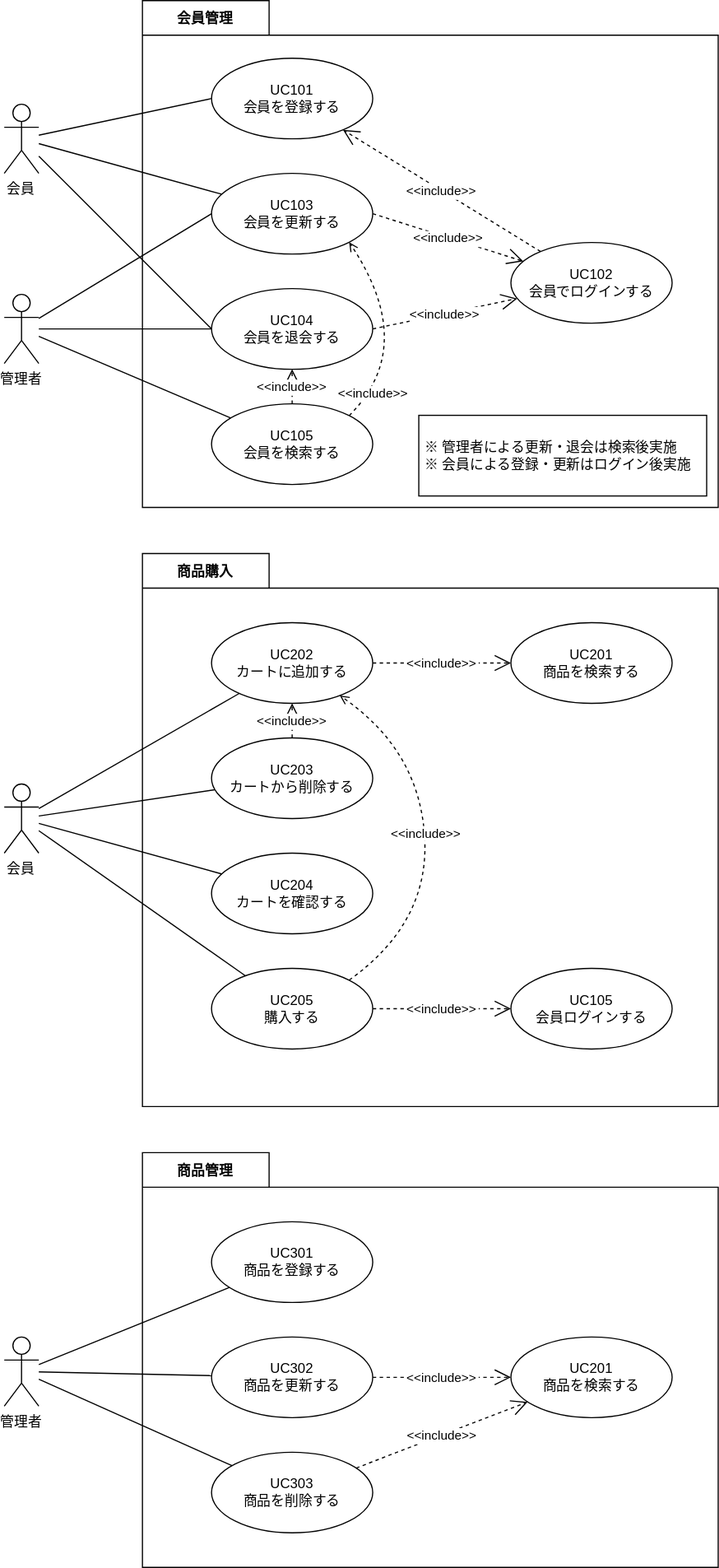
This is documents/10_要件定義/image/usecase.drawio.svg from la-java-silicon-2021/shopping-doc, a draw.io export, as it was before one commit. Source tidied: cells renumbered, new cells last; positions are measured from the earlier drawing's top-left corner, leaving out a move shared by most shapes. Its diagram source:
```xml
<mxGraphModel>
  <root>
    <mxCell id="0" />
    <mxCell id="1" parent="0" />
    <mxCell id="2" value="会員管理" style="shape=folder;fontStyle=1;tabWidth=110;tabHeight=30;tabPosition=left;boundedLbl=1;labelInHeader=1;" parent="1" vertex="1">
      <mxGeometry x="120" width="500" height="440" as="geometry" />
    </mxCell>
    <mxCell id="3" value="会員" style="shape=umlActor;verticalLabelPosition=bottom;verticalAlign=top;" parent="1" vertex="1">
      <mxGeometry y="90" width="30" height="60" as="geometry" />
    </mxCell>
    <mxCell id="4" value="UC101&#10;会員を登録する" style="ellipse;whiteSpace=wrap;" parent="1" vertex="1">
      <mxGeometry x="180" y="50" width="140" height="70" as="geometry" />
    </mxCell>
    <mxCell id="5" value="UC103&#10;会員を更新する" style="ellipse;whiteSpace=wrap;" parent="1" vertex="1">
      <mxGeometry x="180" y="150" width="140" height="70" as="geometry" />
    </mxCell>
    <mxCell id="6" value="UC104&#10;会員を退会する" style="ellipse;whiteSpace=wrap;" parent="1" vertex="1">
      <mxGeometry x="180" y="250" width="140" height="70" as="geometry" />
    </mxCell>
    <mxCell id="7" value="UC105&#10;会員を検索する" style="ellipse;whiteSpace=wrap;" parent="1" vertex="1">
      <mxGeometry x="180" y="350" width="140" height="70" as="geometry" />
    </mxCell>
    <mxCell id="8" value="UC102&#10;会員でログインする" style="ellipse;whiteSpace=wrap;" parent="1" vertex="1">
      <mxGeometry x="440" y="210" width="140" height="70" as="geometry" />
    </mxCell>
    <mxCell id="9" value="管理者" style="shape=umlActor;verticalLabelPosition=bottom;verticalAlign=top;" parent="1" vertex="1">
      <mxGeometry y="255" width="30" height="60" as="geometry" />
    </mxCell>
    <mxCell id="10" value="&lt;&lt;include&gt;&gt;" style="endArrow=open;endSize=12;dashed=1;exitX=1;exitY=0.5;exitDx=0;exitDy=0;" parent="1" edge="1" source="6" target="8">
      <mxGeometry relative="1" as="geometry" />
    </mxCell>
    <mxCell id="11" value="&lt;&lt;include&gt;&gt;" style="endArrow=open;endSize=12;dashed=1;exitX=1;exitY=0.5;exitDx=0;exitDy=0;" parent="1" edge="1" source="5" target="8">
      <mxGeometry relative="1" as="geometry" />
    </mxCell>
    <mxCell id="12" style="endArrow=none;entryX=0;entryY=0.5;entryDx=0;entryDy=0;" parent="1" edge="1" source="3" target="4">
      <mxGeometry relative="1" as="geometry" />
    </mxCell>
    <mxCell id="13" style="endArrow=none;" parent="1" edge="1" source="3" target="5">
      <mxGeometry relative="1" as="geometry" />
    </mxCell>
    <mxCell id="14" style="endArrow=none;entryX=0;entryY=0.5;entryDx=0;entryDy=0;" parent="1" edge="1" source="3" target="6">
      <mxGeometry relative="1" as="geometry" />
    </mxCell>
    <mxCell id="15" style="endArrow=none;entryX=0;entryY=0.5;entryDx=0;entryDy=0;" parent="1" edge="1" source="9" target="5">
      <mxGeometry relative="1" as="geometry" />
    </mxCell>
    <mxCell id="16" style="endArrow=none;" parent="1" edge="1" source="9" target="6">
      <mxGeometry relative="1" as="geometry" />
    </mxCell>
    <mxCell id="17" style="endArrow=none;" parent="1" edge="1" source="9" target="7">
      <mxGeometry relative="1" as="geometry" />
    </mxCell>
    <mxCell id="18" value="商品購入" style="shape=folder;fontStyle=1;tabWidth=110;tabHeight=30;tabPosition=left;boundedLbl=1;labelInHeader=1;" parent="1" vertex="1">
      <mxGeometry x="120" y="480" width="500" height="480" as="geometry" />
    </mxCell>
    <mxCell id="19" value="UC201&#10;商品を検索する" style="ellipse;whiteSpace=wrap;" parent="1" vertex="1">
      <mxGeometry x="440" y="540" width="140" height="70" as="geometry" />
    </mxCell>
    <mxCell id="20" value="UC202&#10;カートに追加する" style="ellipse;whiteSpace=wrap;" parent="1" vertex="1">
      <mxGeometry x="180" y="540" width="140" height="70" as="geometry" />
    </mxCell>
    <mxCell id="21" value="UC205&#10;購入する" style="ellipse;whiteSpace=wrap;" parent="1" vertex="1">
      <mxGeometry x="180" y="840" width="140" height="70" as="geometry" />
    </mxCell>
    <mxCell id="22" value="UC203&#10;カートから削除する" style="ellipse;whiteSpace=wrap;" parent="1" vertex="1">
      <mxGeometry x="180" y="640" width="140" height="70" as="geometry" />
    </mxCell>
    <mxCell id="23" value="&lt;&lt;include&gt;&gt;" style="endArrow=open;endSize=12;dashed=1;" parent="1" edge="1" source="21" target="28">
      <mxGeometry relative="1" as="geometry" />
    </mxCell>
    <mxCell id="24" value="会員" style="shape=umlActor;verticalLabelPosition=bottom;verticalAlign=top;" parent="1" vertex="1">
      <mxGeometry y="680" width="30" height="60" as="geometry" />
    </mxCell>
    <mxCell id="25" style="endArrow=none;" parent="1" edge="1" source="24" target="20">
      <mxGeometry relative="1" as="geometry" />
    </mxCell>
    <mxCell id="26" style="endArrow=none;" parent="1" edge="1" source="24" target="22">
      <mxGeometry relative="1" as="geometry" />
    </mxCell>
    <mxCell id="27" style="endArrow=none;" parent="1" edge="1" source="24" target="21">
      <mxGeometry relative="1" as="geometry" />
    </mxCell>
    <mxCell id="28" value="UC105&#10;会員ログインする" style="ellipse;whiteSpace=wrap;" parent="1" vertex="1">
      <mxGeometry x="440" y="840" width="140" height="70" as="geometry" />
    </mxCell>
    <mxCell id="29" value="商品管理" style="shape=folder;fontStyle=1;tabWidth=110;tabHeight=30;tabPosition=left;boundedLbl=1;labelInHeader=1;" parent="1" vertex="1">
      <mxGeometry x="120" y="1000" width="500" height="360" as="geometry" />
    </mxCell>
    <mxCell id="30" value="管理者" style="shape=umlActor;verticalLabelPosition=bottom;verticalAlign=top;" parent="1" vertex="1">
      <mxGeometry y="1160" width="30" height="60" as="geometry" />
    </mxCell>
    <mxCell id="31" value="UC301&#10;商品を登録する" style="ellipse;whiteSpace=wrap;" parent="1" vertex="1">
      <mxGeometry x="180" y="1060" width="140" height="70" as="geometry" />
    </mxCell>
    <mxCell id="32" value="UC302&#10;商品を更新する" style="ellipse;whiteSpace=wrap;" parent="1" vertex="1">
      <mxGeometry x="180" y="1160" width="140" height="70" as="geometry" />
    </mxCell>
    <mxCell id="33" value="UC303&#10;商品を削除する" style="ellipse;whiteSpace=wrap;" parent="1" vertex="1">
      <mxGeometry x="180" y="1260" width="140" height="70" as="geometry" />
    </mxCell>
    <mxCell id="34" value="UC201&#10;商品を検索する" style="ellipse;whiteSpace=wrap;" parent="1" vertex="1">
      <mxGeometry x="440" y="1160" width="140" height="70" as="geometry" />
    </mxCell>
    <mxCell id="35" value="&lt;&lt;include&gt;&gt;" style="endArrow=open;endSize=12;dashed=1;" parent="1" edge="1" source="32" target="34">
      <mxGeometry relative="1" as="geometry" />
    </mxCell>
    <mxCell id="36" value="&lt;&lt;include&gt;&gt;" style="endArrow=open;endSize=12;dashed=1;" parent="1" edge="1" source="33" target="34">
      <mxGeometry relative="1" as="geometry" />
    </mxCell>
    <mxCell id="37" style="endArrow=none;" parent="1" edge="1" source="30" target="31">
      <mxGeometry relative="1" as="geometry" />
    </mxCell>
    <mxCell id="38" style="endArrow=none;" parent="1" edge="1" source="30" target="32">
      <mxGeometry relative="1" as="geometry" />
    </mxCell>
    <mxCell id="39" style="endArrow=none;" parent="1" edge="1" source="30" target="33">
      <mxGeometry relative="1" as="geometry" />
    </mxCell>
    <mxCell id="40" value="UC204&#10;カートを確認する" style="ellipse;whiteSpace=wrap;" parent="1" vertex="1">
      <mxGeometry x="180" y="740" width="140" height="70" as="geometry" />
    </mxCell>
    <mxCell id="41" style="endArrow=none;" parent="1" edge="1" source="24" target="40">
      <mxGeometry relative="1" as="geometry" />
    </mxCell>
    <mxCell id="42" value="&lt;&lt;include&gt;&gt;" style="endArrow=open;endSize=12;dashed=1;" parent="1" edge="1" source="20" target="19">
      <mxGeometry relative="1" as="geometry" />
    </mxCell>
    <mxCell id="43" value="&lt;&lt;include&gt;&gt;" style="endArrow=open;endSize=12;dashed=1;" parent="1" edge="1" source="8" target="4">
      <mxGeometry relative="1" as="geometry" />
    </mxCell>
    <mxCell id="44" value="&lt;&lt;include&gt;&gt;" style="endArrow=open;endSize=12;dashed=1;" parent="1" edge="1" source="22" target="20">
      <mxGeometry relative="1" as="geometry" />
    </mxCell>
    <mxCell id="45" style="curved=1;endArrow=open;html=1;rounded=0;exitX=1;exitY=0;exitDx=0;exitDy=0;dashed=1;endFill=0;" parent="1" edge="1" source="21" target="20">
      <mxGeometry relative="1" as="geometry">
        <Array as="points">
          <mxPoint x="370" y="800" />
          <mxPoint x="360" y="650" />
        </Array>
      </mxGeometry>
    </mxCell>
    <mxCell id="46" value="&amp;lt;&amp;lt;include&amp;gt;&amp;gt;" style="edgeLabel;html=1;align=center;verticalAlign=middle;" parent="45" vertex="1">
      <mxGeometry x="0.08" y="-1" relative="1" as="geometry">
        <mxPoint y="10" as="offset" />
      </mxGeometry>
    </mxCell>
    <mxCell id="47" style="curved=1;endArrow=open;html=1;rounded=0;exitX=1;exitY=0;exitDx=0;exitDy=0;dashed=1;endFill=0;entryX=1;entryY=1;entryDx=0;entryDy=0;" parent="1" edge="1" source="7" target="5">
      <mxGeometry relative="1" as="geometry">
        <Array as="points">
          <mxPoint x="360" y="300" />
        </Array>
      </mxGeometry>
    </mxCell>
    <mxCell id="48" value="&amp;lt;&amp;lt;include&amp;gt;&amp;gt;" style="edgeLabel;html=1;align=center;verticalAlign=middle;" parent="47" vertex="1">
      <mxGeometry x="0.08" y="-1" relative="1" as="geometry">
        <mxPoint x="-30" y="57" as="offset" />
      </mxGeometry>
    </mxCell>
    <mxCell id="49" value="&lt;&lt;include&gt;&gt;" style="endArrow=open;endSize=12;dashed=1;entryX=0.5;entryY=1;entryDx=0;entryDy=0;" parent="1" edge="1" target="6">
      <mxGeometry relative="1" as="geometry">
        <mxPoint x="250" y="350" as="sourcePoint" />
      </mxGeometry>
    </mxCell>
    <mxCell id="50" value="&amp;nbsp;※ 管理者による更新・退会は検索後実施&lt;br&gt;&amp;nbsp;※ 会員による登録・更新はログイン後実施" style="rounded=0;whiteSpace=wrap;html=1;align=left;" parent="1" vertex="1">
      <mxGeometry x="360" y="360" width="250" height="70" as="geometry" />
    </mxCell>
  </root>
</mxGraphModel>
```
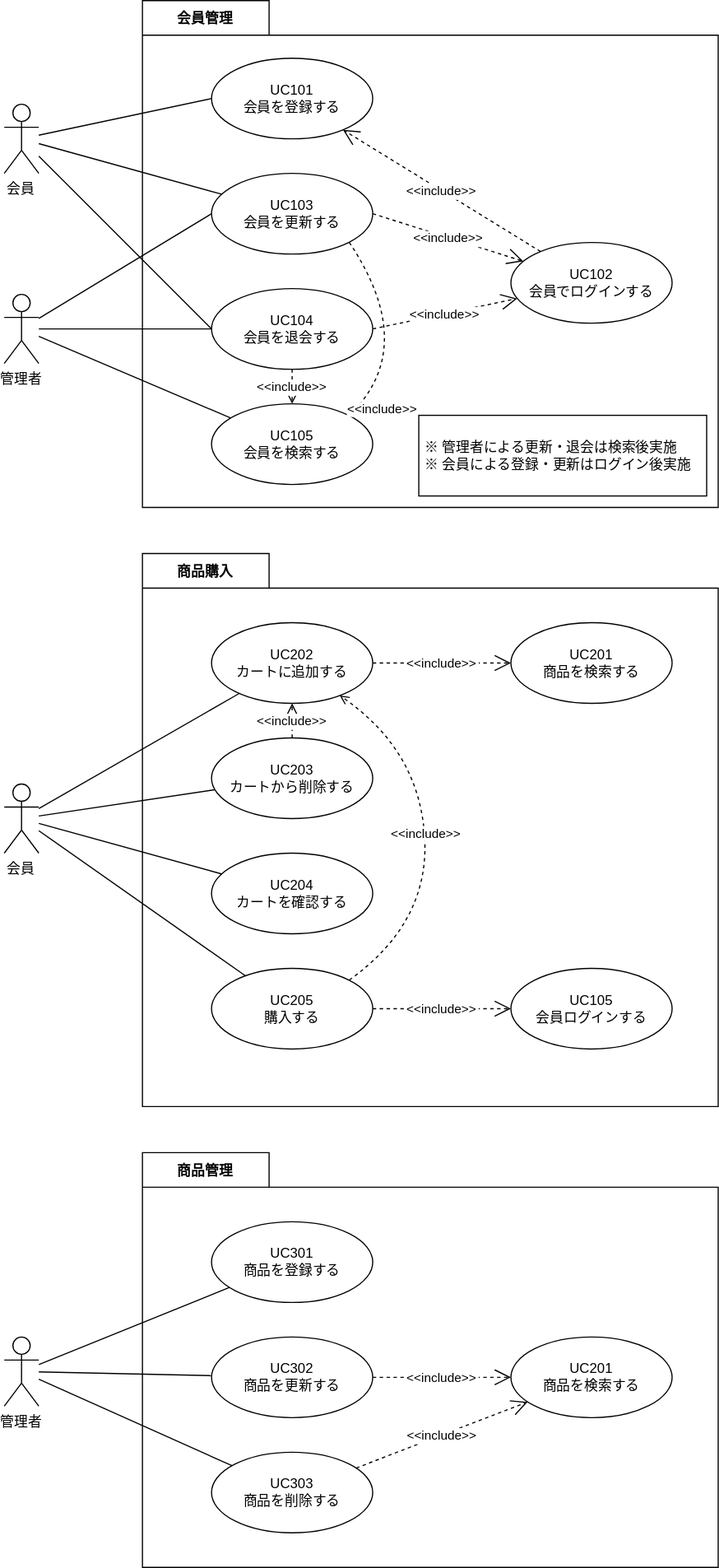
Later version of the same file.

Commit message:
usecase.drawio.svg を更新します

The edit, as a diff of the source:
```diff
@@ -144,7 +144,7 @@
         <mxPoint y="10" as="offset" />
       </mxGeometry>
     </mxCell>
-    <mxCell id="47" style="curved=1;endArrow=open;html=1;rounded=0;exitX=1;exitY=0;exitDx=0;exitDy=0;dashed=1;endFill=0;entryX=1;entryY=1;entryDx=0;entryDy=0;" parent="1" edge="1" source="7" target="5">
+    <mxCell id="47" style="curved=1;endArrow=open;html=1;rounded=0;exitX=1;exitY=1;exitDx=0;exitDy=0;dashed=1;endFill=0;entryX=1;entryY=0;entryDx=0;entryDy=0;" parent="1" edge="1" source="5" target="7">
       <mxGeometry relative="1" as="geometry">
         <Array as="points">
           <mxPoint x="360" y="300" />
@@ -156,10 +156,8 @@
         <mxPoint x="-30" y="57" as="offset" />
       </mxGeometry>
     </mxCell>
-    <mxCell id="49" value="&lt;&lt;include&gt;&gt;" style="endArrow=open;endSize=12;dashed=1;entryX=0.5;entryY=1;entryDx=0;entryDy=0;" parent="1" edge="1" target="6">
-      <mxGeometry relative="1" as="geometry">
-        <mxPoint x="250" y="350" as="sourcePoint" />
-      </mxGeometry>
+    <mxCell id="49" value="&lt;&lt;include&gt;&gt;" style="endArrow=open;endSize=12;dashed=1;exitX=0.5;exitY=1;exitDx=0;exitDy=0;entryX=0.5;entryY=0;entryDx=0;entryDy=0;" parent="1" edge="1" source="6" target="7">
+      <mxGeometry relative="1" as="geometry" />
     </mxCell>
     <mxCell id="50" value="&amp;nbsp;※ 管理者による更新・退会は検索後実施&lt;br&gt;&amp;nbsp;※ 会員による登録・更新はログイン後実施" style="rounded=0;whiteSpace=wrap;html=1;align=left;" parent="1" vertex="1">
       <mxGeometry x="360" y="360" width="250" height="70" as="geometry" />
```
